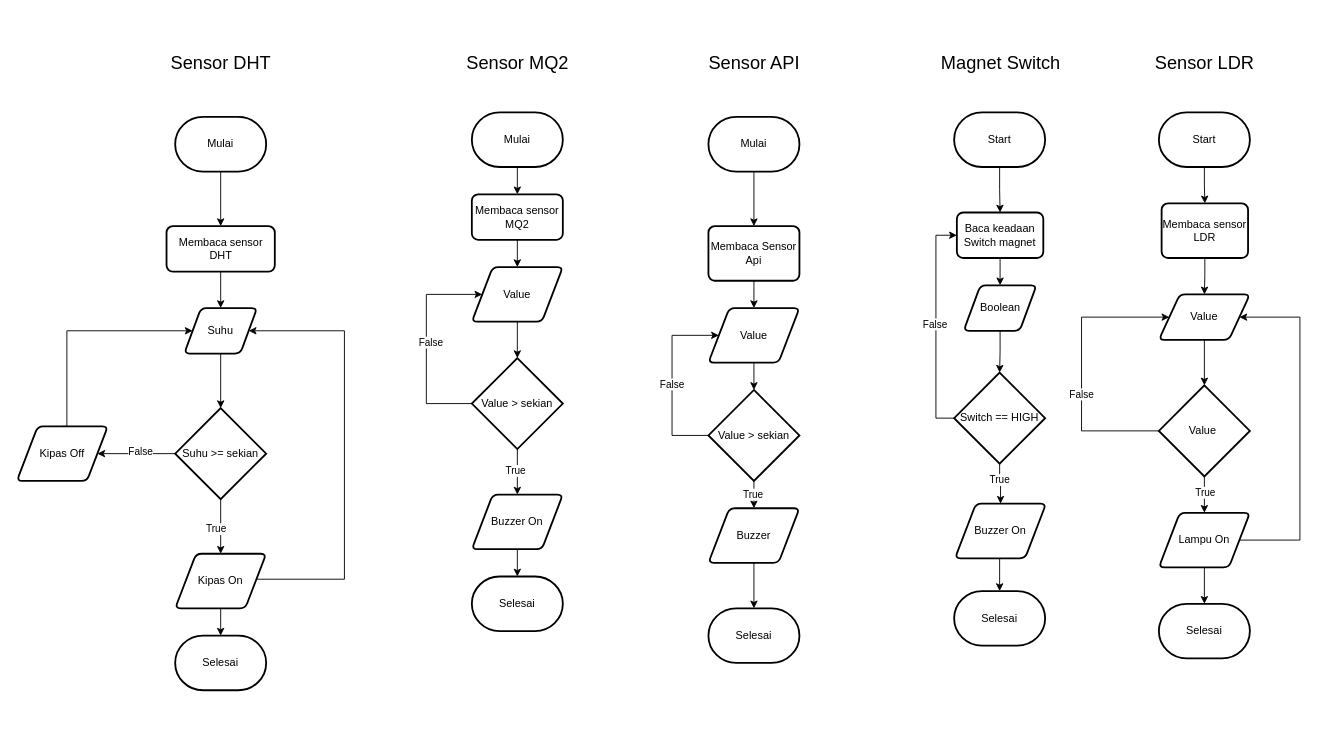
lalala2b/project-bpvp keeps this draw.io diagram as diagram/All in one Flowchart.drawio. Above is the earlier version. Source tidied: cells renumbered, new cells numbered last; positions are measured from the earlier drawing's top-left corner, leaving out a move shared by most shapes. Both pictures are drawn from the tidied source at 91%, with x=0, y=0 at pixel (16, 44).
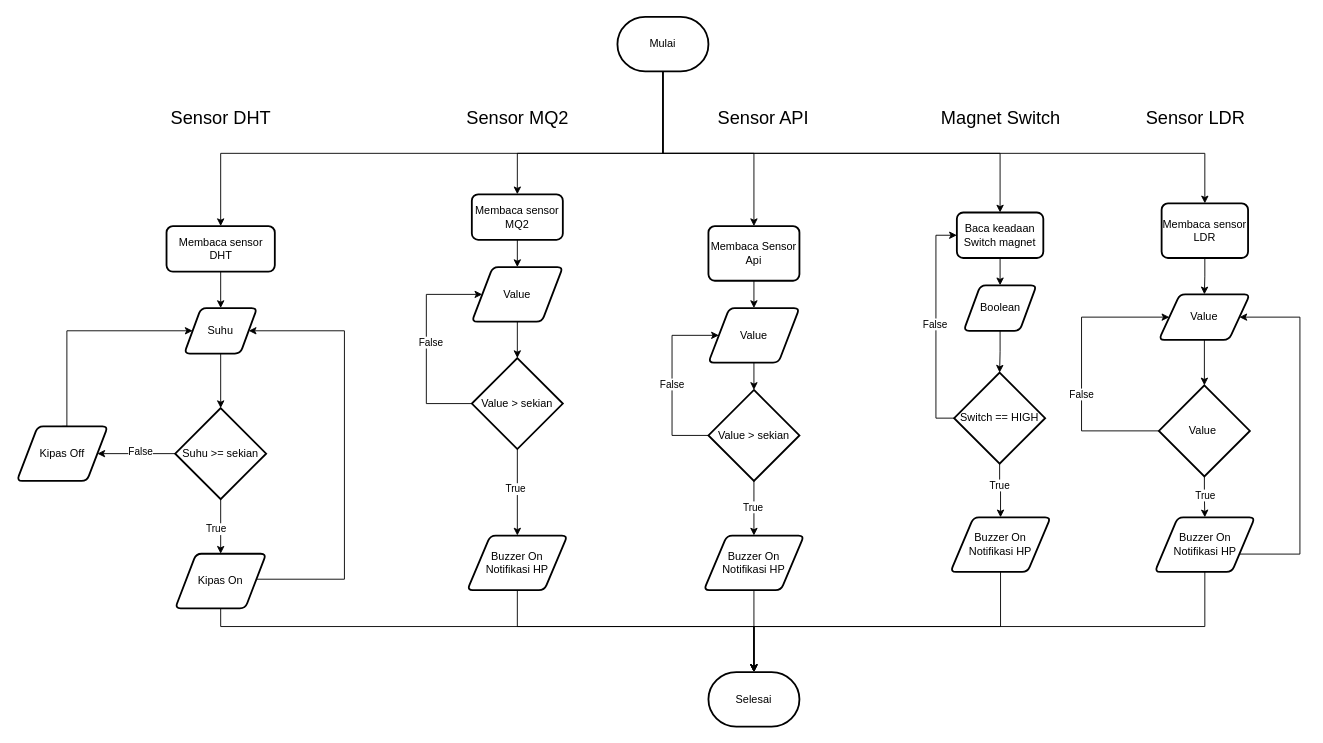
The same diagram, later.

The change refers to these unchanged cells:
```xml
<mxCell id="5" value="Membaca sensor DHT" style="rounded=1;whiteSpace=wrap;html=1;absoluteArcSize=1;arcSize=14;strokeWidth=2;" parent="1" vertex="1">
  <mxGeometry x="164.5" y="200" width="119" height="50" as="geometry" />
</mxCell>
<mxCell id="17" value="Kipas On" style="shape=parallelogram;html=1;strokeWidth=2;perimeter=parallelogramPerimeter;whiteSpace=wrap;rounded=1;arcSize=12;size=0.23;" parent="1" vertex="1">
  <mxGeometry x="174" y="560" width="100" height="60" as="geometry" />
</mxCell>
<mxCell id="22" value="Membaca sensor MQ2" style="rounded=1;whiteSpace=wrap;html=1;absoluteArcSize=1;arcSize=14;strokeWidth=2;" parent="1" vertex="1">
  <mxGeometry x="500" y="165" width="100" height="50" as="geometry" />
</mxCell>
<mxCell id="28" value="Value &amp;gt; sekian" style="strokeWidth=2;html=1;shape=mxgraph.flowchart.decision;whiteSpace=wrap;" parent="1" vertex="1">
  <mxGeometry x="500" y="345" width="100" height="100" as="geometry" />
</mxCell>
<mxCell id="36" value="Membaca Sensor Api" style="rounded=1;whiteSpace=wrap;html=1;absoluteArcSize=1;arcSize=14;strokeWidth=2;" parent="1" vertex="1">
  <mxGeometry x="760" y="200" width="100" height="60" as="geometry" />
</mxCell>
<mxCell id="50" value="Baca keadaan Switch magnet" style="rounded=1;whiteSpace=wrap;html=1;absoluteArcSize=1;arcSize=14;strokeWidth=2;" parent="1" vertex="1">
  <mxGeometry x="1033" y="185" width="95" height="50" as="geometry" />
</mxCell>
<mxCell id="55" value="Switch == HIGH" style="strokeWidth=2;html=1;shape=mxgraph.flowchart.decision;whiteSpace=wrap;" parent="1" vertex="1">
  <mxGeometry x="1030" y="361" width="100" height="100" as="geometry" />
</mxCell>
<mxCell id="64" value="Membaca sensor LDR" style="rounded=1;whiteSpace=wrap;html=1;absoluteArcSize=1;arcSize=14;strokeWidth=2;" parent="1" vertex="1">
  <mxGeometry x="1258" y="175" width="95" height="60" as="geometry" />
</mxCell>
<mxCell id="65" value="Value" style="shape=parallelogram;html=1;strokeWidth=2;perimeter=parallelogramPerimeter;whiteSpace=wrap;rounded=1;arcSize=12;size=0.23;" parent="1" vertex="1">
  <mxGeometry x="1255" y="275" width="100" height="50" as="geometry" />
</mxCell>
<mxCell id="70" value="Value&amp;nbsp;" style="strokeWidth=2;html=1;shape=mxgraph.flowchart.decision;whiteSpace=wrap;" parent="1" vertex="1">
  <mxGeometry x="1255" y="375" width="100" height="100" as="geometry" />
</mxCell>
```

What changed in the source:
```diff
@@
     <mxCell id="2" style="edgeStyle=orthogonalEdgeStyle;rounded=0;jettySize=auto;html=1;exitX=0.5;exitY=1;exitDx=0;exitDy=0;exitPerimeter=0;entryX=0.5;entryY=0;entryDx=0;entryDy=0;" parent="1" edge="1" source="3" target="5">
-      <mxGeometry relative="1" as="geometry" />
+      <mxGeometry relative="1" as="geometry">
+        <Array as="points">
+          <mxPoint x="710" y="120" />
+          <mxPoint x="224" y="120" />
+        </Array>
+      </mxGeometry>
     </mxCell>
+    <mxCell id="81" style="edgeStyle=orthogonalEdgeStyle;rounded=0;jettySize=auto;html=1;exitX=0.5;exitY=1;exitDx=0;exitDy=0;exitPerimeter=0;entryX=0.5;entryY=0;entryDx=0;entryDy=0;" parent="1" edge="1" source="3" target="64">
+      <mxGeometry relative="1" as="geometry">
+        <Array as="points">
+          <mxPoint x="710" y="120" />
+          <mxPoint x="1306" y="120" />
+        </Array>
+      </mxGeometry>
+    </mxCell>
+    <mxCell id="82" style="edgeStyle=orthogonalEdgeStyle;rounded=0;jettySize=auto;html=1;exitX=0.5;exitY=1;exitDx=0;exitDy=0;exitPerimeter=0;entryX=0.5;entryY=0;entryDx=0;entryDy=0;" parent="1" edge="1" source="3" target="22">
+      <mxGeometry relative="1" as="geometry">
+        <Array as="points">
+          <mxPoint x="710" y="120" />
+          <mxPoint x="550" y="120" />
+        </Array>
+      </mxGeometry>
+    </mxCell>
+    <mxCell id="83" style="edgeStyle=orthogonalEdgeStyle;rounded=0;jettySize=auto;html=1;exitX=0.5;exitY=1;exitDx=0;exitDy=0;exitPerimeter=0;entryX=0.5;entryY=0;entryDx=0;entryDy=0;" parent="1" edge="1" source="3" target="36">
+      <mxGeometry relative="1" as="geometry">
+        <Array as="points">
+          <mxPoint x="710" y="120" />
+          <mxPoint x="810" y="120" />
+        </Array>
+      </mxGeometry>
+    </mxCell>
+    <mxCell id="84" style="edgeStyle=orthogonalEdgeStyle;rounded=0;jettySize=auto;html=1;exitX=0.5;exitY=1;exitDx=0;exitDy=0;exitPerimeter=0;entryX=0.5;entryY=0;entryDx=0;entryDy=0;" parent="1" edge="1" source="3" target="50">
+      <mxGeometry relative="1" as="geometry">
+        <Array as="points">
+          <mxPoint x="710" y="120" />
+          <mxPoint x="1081" y="120" />
+        </Array>
+      </mxGeometry>
+    </mxCell>
     <mxCell id="3" value="Mulai" style="strokeWidth=2;html=1;shape=mxgraph.flowchart.terminator;whiteSpace=wrap;" parent="1" vertex="1">
-      <mxGeometry x="174" y="80" width="100" height="60" as="geometry" />
+      <mxGeometry x="660" y="-30" width="100" height="60" as="geometry" />
     </mxCell>
@@
     <mxCell id="15" value="Selesai" style="strokeWidth=2;html=1;shape=mxgraph.flowchart.terminator;whiteSpace=wrap;" parent="1" vertex="1">
-      <mxGeometry x="174" y="650" width="100" height="60" as="geometry" />
+      <mxGeometry x="760" y="690" width="100" height="60" as="geometry" />
     </mxCell>
     <mxCell id="16" style="edgeStyle=orthogonalEdgeStyle;rounded=0;jettySize=auto;html=1;entryX=0.5;entryY=0;entryDx=0;entryDy=0;entryPerimeter=0;exitX=0.5;exitY=1;exitDx=0;exitDy=0;" parent="1" edge="1" source="17" target="15">
-      <mxGeometry relative="1" as="geometry" />
+      <mxGeometry relative="1" as="geometry">
+        <Array as="points">
+          <mxPoint x="224" y="640" />
+          <mxPoint x="810" y="640" />
+        </Array>
+      </mxGeometry>
     </mxCell>
@@
-    <mxCell id="19" style="edgeStyle=orthogonalEdgeStyle;rounded=0;jettySize=auto;html=1;exitX=0.5;exitY=1;exitDx=0;exitDy=0;exitPerimeter=0;entryX=0.5;entryY=0;entryDx=0;entryDy=0;" parent="1" edge="1" source="20" target="22">
-      <mxGeometry relative="1" as="geometry" />
-    </mxCell>
-    <mxCell id="20" value="Mulai" style="strokeWidth=2;html=1;shape=mxgraph.flowchart.terminator;whiteSpace=wrap;" parent="1" vertex="1">
-      <mxGeometry x="500" y="75" width="100" height="60" as="geometry" />
-    </mxCell>
@@
-    <mxCell id="26" style="edgeStyle=orthogonalEdgeStyle;rounded=0;jettySize=auto;html=1;exitX=0.5;exitY=1;exitDx=0;exitDy=0;exitPerimeter=0;entryX=0.5;entryY=0;entryDx=0;entryDy=0;" parent="1" edge="1" source="28" target="29">
+    <mxCell id="26" style="edgeStyle=orthogonalEdgeStyle;rounded=0;jettySize=auto;html=1;exitX=0.5;exitY=1;exitDx=0;exitDy=0;exitPerimeter=0;entryX=0.5;entryY=0;entryDx=0;entryDy=0;" parent="1" edge="1" source="28" target="87">
       <mxGeometry relative="1" as="geometry" />
     </mxCell>
@@
-    <mxCell id="29" value="Buzzer On" style="shape=parallelogram;html=1;strokeWidth=2;perimeter=parallelogramPerimeter;whiteSpace=wrap;rounded=1;arcSize=12;size=0.23;" parent="1" vertex="1">
-      <mxGeometry x="500" y="495" width="100" height="60" as="geometry" />
-    </mxCell>
-    <mxCell id="30" value="Selesai" style="strokeWidth=2;html=1;shape=mxgraph.flowchart.terminator;whiteSpace=wrap;" parent="1" vertex="1">
-      <mxGeometry x="500" y="585" width="100" height="60" as="geometry" />
-    </mxCell>
@@
-    <mxCell id="32" style="edgeStyle=orthogonalEdgeStyle;rounded=0;jettySize=auto;html=1;exitX=0.5;exitY=1;exitDx=0;exitDy=0;entryX=0.5;entryY=0;entryDx=0;entryDy=0;entryPerimeter=0;" parent="1" edge="1" source="29" target="30">
-      <mxGeometry relative="1" as="geometry" />
-    </mxCell>
-    <mxCell id="33" style="edgeStyle=orthogonalEdgeStyle;rounded=0;jettySize=auto;html=1;exitX=0.5;exitY=1;exitDx=0;exitDy=0;exitPerimeter=0;entryX=0.5;entryY=0;entryDx=0;entryDy=0;" parent="1" edge="1" source="34" target="36">
-      <mxGeometry relative="1" as="geometry" />
-    </mxCell>
-    <mxCell id="34" value="Mulai" style="strokeWidth=2;html=1;shape=mxgraph.flowchart.terminator;whiteSpace=wrap;" parent="1" vertex="1">
-      <mxGeometry x="760" y="80" width="100" height="60" as="geometry" />
-    </mxCell>
@@
-    <mxCell id="44" value="Buzzer" style="shape=parallelogram;html=1;strokeWidth=2;perimeter=parallelogramPerimeter;whiteSpace=wrap;rounded=1;arcSize=12;size=0.23;" parent="1" vertex="1">
-      <mxGeometry x="760" y="510" width="100" height="60" as="geometry" />
+    <mxCell id="44" value="Buzzer On&lt;br&gt;Notifikasi HP" style="shape=parallelogram;html=1;strokeWidth=2;perimeter=parallelogramPerimeter;whiteSpace=wrap;rounded=1;arcSize=12;size=0.23;" parent="1" vertex="1">
+      <mxGeometry x="755" y="540" width="110" height="60" as="geometry" />
     </mxCell>
-    <mxCell id="45" value="Selesai" style="strokeWidth=2;html=1;shape=mxgraph.flowchart.terminator;whiteSpace=wrap;" parent="1" vertex="1">
-      <mxGeometry x="760" y="620" width="100" height="60" as="geometry" />
-    </mxCell>
-    <mxCell id="46" style="edgeStyle=orthogonalEdgeStyle;rounded=0;jettySize=auto;html=1;exitX=0.5;exitY=1;exitDx=0;exitDy=0;entryX=0.5;entryY=0;entryDx=0;entryDy=0;entryPerimeter=0;" parent="1" edge="1" source="44" target="45">
+    <mxCell id="46" style="edgeStyle=orthogonalEdgeStyle;rounded=0;jettySize=auto;html=1;exitX=0.5;exitY=1;exitDx=0;exitDy=0;entryX=0.5;entryY=0;entryDx=0;entryDy=0;entryPerimeter=0;" parent="1" edge="1" source="44" target="15">
       <mxGeometry relative="1" as="geometry" />
     </mxCell>
-    <mxCell id="47" style="edgeStyle=orthogonalEdgeStyle;rounded=0;jettySize=auto;html=1;exitX=0.5;exitY=1;exitDx=0;exitDy=0;exitPerimeter=0;entryX=0.5;entryY=0;entryDx=0;entryDy=0;" parent="1" edge="1" source="48" target="50">
-      <mxGeometry relative="1" as="geometry" />
-    </mxCell>
-    <mxCell id="48" value="Start" style="strokeWidth=2;html=1;shape=mxgraph.flowchart.terminator;whiteSpace=wrap;" parent="1" vertex="1">
-      <mxGeometry x="1030" y="75" width="100" height="60" as="geometry" />
-    </mxCell>
@@
-    <mxCell id="53" style="edgeStyle=orthogonalEdgeStyle;rounded=0;jettySize=auto;html=1;exitX=0.5;exitY=1;exitDx=0;exitDy=0;exitPerimeter=0;entryX=0.5;entryY=0;entryDx=0;entryDy=0;" parent="1" edge="1" source="55" target="60">
+    <mxCell id="53" style="edgeStyle=orthogonalEdgeStyle;rounded=0;jettySize=auto;html=1;exitX=0.5;exitY=1;exitDx=0;exitDy=0;exitPerimeter=0;entryX=0.5;entryY=0;entryDx=0;entryDy=0;" parent="1" edge="1" source="55" target="86">
       <mxGeometry relative="1" as="geometry" />
     </mxCell>
@@
-    <mxCell id="56" value="Selesai" style="strokeWidth=2;html=1;shape=mxgraph.flowchart.terminator;whiteSpace=wrap;" parent="1" vertex="1">
-      <mxGeometry x="1030" y="601" width="100" height="60" as="geometry" />
-    </mxCell>
-    <mxCell id="57" style="edgeStyle=orthogonalEdgeStyle;rounded=0;jettySize=auto;html=1;entryX=0.5;entryY=0;entryDx=0;entryDy=0;entryPerimeter=0;exitX=0.5;exitY=1;exitDx=0;exitDy=0;" parent="1" edge="1" source="60" target="56">
-      <mxGeometry relative="1" as="geometry" />
-    </mxCell>
@@
-    <mxCell id="60" value="Buzzer On" style="shape=parallelogram;html=1;strokeWidth=2;perimeter=parallelogramPerimeter;whiteSpace=wrap;rounded=1;arcSize=12;size=0.23;" parent="1" vertex="1">
-      <mxGeometry x="1031" y="505" width="100" height="60" as="geometry" />
-    </mxCell>
-    <mxCell id="61" style="edgeStyle=orthogonalEdgeStyle;rounded=0;jettySize=auto;html=1;exitX=0.5;exitY=1;exitDx=0;exitDy=0;exitPerimeter=0;entryX=0.5;entryY=0;entryDx=0;entryDy=0;" parent="1" edge="1" source="62" target="64">
-      <mxGeometry relative="1" as="geometry" />
-    </mxCell>
-    <mxCell id="62" value="Start" style="strokeWidth=2;html=1;shape=mxgraph.flowchart.terminator;whiteSpace=wrap;" parent="1" vertex="1">
-      <mxGeometry x="1255" y="75" width="100" height="60" as="geometry" />
-    </mxCell>
@@
-    <mxCell id="68" style="edgeStyle=orthogonalEdgeStyle;rounded=0;jettySize=auto;html=1;exitX=0.5;exitY=1;exitDx=0;exitDy=0;exitPerimeter=0;entryX=0.5;entryY=0;entryDx=0;entryDy=0;" parent="1" edge="1" source="70" target="73">
+    <mxCell id="68" style="edgeStyle=orthogonalEdgeStyle;rounded=0;jettySize=auto;html=1;exitX=0.5;exitY=1;exitDx=0;exitDy=0;exitPerimeter=0;entryX=0.5;entryY=0;entryDx=0;entryDy=0;" parent="1" edge="1" source="70" target="85">
       <mxGeometry relative="1" as="geometry" />
     </mxCell>
@@
-    <mxCell id="72" style="edgeStyle=orthogonalEdgeStyle;rounded=0;jettySize=auto;html=1;exitX=1;exitY=0.5;exitDx=0;exitDy=0;entryX=1;entryY=0.5;entryDx=0;entryDy=0;" parent="1" edge="1" source="73" target="65">
+    <mxCell id="72" style="edgeStyle=orthogonalEdgeStyle;rounded=0;jettySize=auto;html=1;entryX=1;entryY=0.5;entryDx=0;entryDy=0;exitX=1;exitY=0.75;exitDx=0;exitDy=0;" parent="1" edge="1" source="85" target="65">
       <mxGeometry relative="1" as="geometry">
         <Array as="points">
-          <mxPoint x="1410" y="545" />
+          <mxPoint x="1410" y="560" />
           <mxPoint x="1410" y="300" />
         </Array>
       </mxGeometry>
     </mxCell>
-    <mxCell id="73" value="Lampu On" style="shape=parallelogram;html=1;strokeWidth=2;perimeter=parallelogramPerimeter;whiteSpace=wrap;rounded=1;arcSize=12;size=0.23;" parent="1" vertex="1">
-      <mxGeometry x="1255" y="515" width="100" height="60" as="geometry" />
-    </mxCell>
-    <mxCell id="74" value="Selesai" style="strokeWidth=2;html=1;shape=mxgraph.flowchart.terminator;whiteSpace=wrap;" parent="1" vertex="1">
-      <mxGeometry x="1255" y="615" width="100" height="60" as="geometry" />
-    </mxCell>
-    <mxCell id="75" style="edgeStyle=orthogonalEdgeStyle;rounded=0;jettySize=auto;html=1;exitX=0.5;exitY=1;exitDx=0;exitDy=0;entryX=0.5;entryY=0;entryDx=0;entryDy=0;entryPerimeter=0;" parent="1" edge="1" source="73" target="74">
-      <mxGeometry relative="1" as="geometry" />
-    </mxCell>
     <mxCell id="76" value="Sensor DHT" style="text;html=1;align=center;verticalAlign=middle;strokeColor=none;fillColor=none;fontSize=20;" parent="1" vertex="1">
-      <mxGeometry x="159" width="130" height="40" as="geometry" />
+      <mxGeometry x="159" y="60" width="130" height="40" as="geometry" />
     </mxCell>
     <mxCell id="77" value="Sensor MQ2" style="text;html=1;align=center;verticalAlign=middle;strokeColor=none;fillColor=none;fontSize=20;" parent="1" vertex="1">
-      <mxGeometry x="480" width="140" height="40" as="geometry" />
+      <mxGeometry x="480" y="60" width="140" height="40" as="geometry" />
     </mxCell>
     <mxCell id="78" value="Sensor API" style="text;html=1;align=center;verticalAlign=middle;strokeColor=none;fillColor=none;fontSize=20;" parent="1" vertex="1">
-      <mxGeometry x="750" width="120" height="40" as="geometry" />
+      <mxGeometry x="760" y="60" width="120" height="40" as="geometry" />
     </mxCell>
     <mxCell id="79" value="Magnet Switch" style="text;html=1;align=center;verticalAlign=middle;strokeColor=none;fillColor=none;fontSize=20;" parent="1" vertex="1">
-      <mxGeometry x="1006" width="150" height="40" as="geometry" />
+      <mxGeometry x="1006" y="60" width="150" height="40" as="geometry" />
     </mxCell>
     <mxCell id="80" value="Sensor LDR" style="text;html=1;align=center;verticalAlign=middle;strokeColor=none;fillColor=none;fontSize=20;" parent="1" vertex="1">
-      <mxGeometry x="1240" width="130" height="40" as="geometry" />
+      <mxGeometry x="1230" y="60" width="130" height="40" as="geometry" />
     </mxCell>
+    <mxCell id="85" value="Buzzer On&lt;br&gt;Notifikasi HP" style="shape=parallelogram;html=1;strokeWidth=2;perimeter=parallelogramPerimeter;whiteSpace=wrap;rounded=1;arcSize=12;size=0.23;" parent="1" vertex="1">
+      <mxGeometry x="1250.5" y="520" width="110" height="60" as="geometry" />
+    </mxCell>
+    <mxCell id="86" value="Buzzer On&lt;br&gt;Notifikasi HP" style="shape=parallelogram;html=1;strokeWidth=2;perimeter=parallelogramPerimeter;whiteSpace=wrap;rounded=1;arcSize=12;size=0.23;" parent="1" vertex="1">
+      <mxGeometry x="1026" y="520" width="110" height="60" as="geometry" />
+    </mxCell>
+    <mxCell id="87" value="Buzzer On&lt;br&gt;Notifikasi HP" style="shape=parallelogram;html=1;strokeWidth=2;perimeter=parallelogramPerimeter;whiteSpace=wrap;rounded=1;arcSize=12;size=0.23;" parent="1" vertex="1">
+      <mxGeometry x="495" y="540" width="110" height="60" as="geometry" />
+    </mxCell>
+    <mxCell id="88" style="edgeStyle=orthogonalEdgeStyle;rounded=0;jettySize=auto;html=1;exitX=0.5;exitY=1;exitDx=0;exitDy=0;entryX=0.5;entryY=0;entryDx=0;entryDy=0;entryPerimeter=0;" parent="1" edge="1" source="87" target="15">
+      <mxGeometry relative="1" as="geometry">
+        <Array as="points">
+          <mxPoint x="550" y="640" />
+          <mxPoint x="810" y="640" />
+        </Array>
+      </mxGeometry>
+    </mxCell>
+    <mxCell id="89" style="edgeStyle=orthogonalEdgeStyle;rounded=0;jettySize=auto;html=1;exitX=0.5;exitY=1;exitDx=0;exitDy=0;entryX=0.5;entryY=0;entryDx=0;entryDy=0;entryPerimeter=0;" parent="1" edge="1" source="86" target="15">
+      <mxGeometry relative="1" as="geometry">
+        <Array as="points">
+          <mxPoint x="1081" y="640" />
+          <mxPoint x="810" y="640" />
+        </Array>
+      </mxGeometry>
+    </mxCell>
+    <mxCell id="90" style="edgeStyle=orthogonalEdgeStyle;rounded=0;jettySize=auto;html=1;exitX=0.5;exitY=1;exitDx=0;exitDy=0;entryX=0.5;entryY=0;entryDx=0;entryDy=0;entryPerimeter=0;" parent="1" edge="1" source="85" target="15">
+      <mxGeometry relative="1" as="geometry">
+        <Array as="points">
+          <mxPoint x="1306" y="640" />
+          <mxPoint x="810" y="640" />
+        </Array>
+      </mxGeometry>
+    </mxCell>
```
